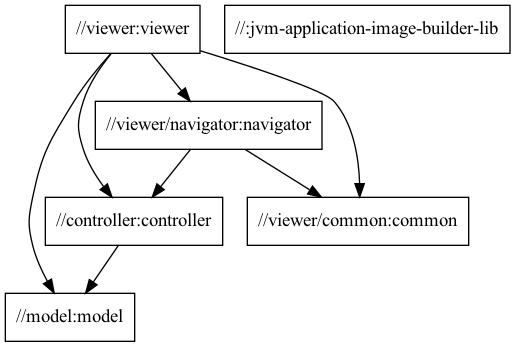
Earlier version of the Graphviz export docs/package-structure.png (typedb/typedb-studio). Its source is kept beside it as docs/package-structure.dot.
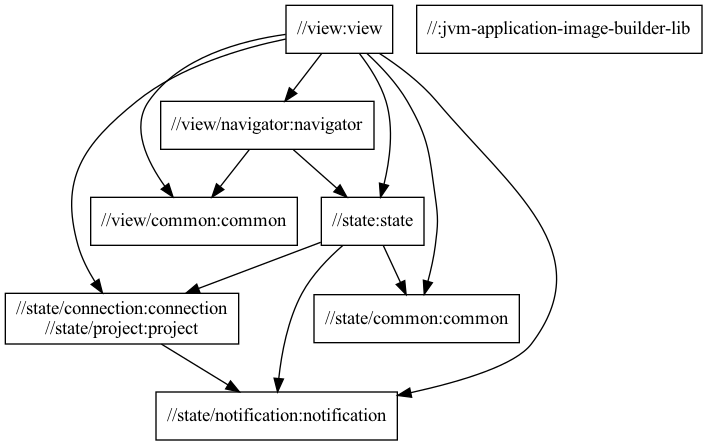
Later version of the same file.

What changed in the source:
```diff
@@ -1,16 +1,23 @@
 digraph mygraph {
   node [shape=box];
-  "//viewer:viewer"
-  "//viewer:viewer" -> "//controller:controller"
-  "//viewer:viewer" -> "//model:model"
-  "//viewer:viewer" -> "//viewer/navigator:navigator"
-  "//viewer:viewer" -> "//viewer/common:common"
-  "//viewer/navigator:navigator"
-  "//viewer/navigator:navigator" -> "//controller:controller"
-  "//viewer/navigator:navigator" -> "//viewer/common:common"
-  "//controller:controller"
-  "//controller:controller" -> "//model:model"
-  "//model:model"
+  "//view:view"
+  "//view:view" -> "//view/common:common"
+  "//view:view" -> "//state/connection:connection\n//state/project:project"
+  "//view:view" -> "//view/navigator:navigator"
+  "//view:view" -> "//state:state"
+  "//view:view" -> "//state/common:common"
+  "//view:view" -> "//state/notification:notification"
+  "//view/navigator:navigator"
+  "//view/navigator:navigator" -> "//state:state"
+  "//view/navigator:navigator" -> "//view/common:common"
+  "//view/common:common"
+  "//state:state"
+  "//state:state" -> "//state/common:common"
+  "//state:state" -> "//state/connection:connection\n//state/project:project"
+  "//state:state" -> "//state/notification:notification"
+  "//state/connection:connection\n//state/project:project"
+  "//state/connection:connection\n//state/project:project" -> "//state/notification:notification"
+  "//state/notification:notification"
+  "//state/common:common"
   "//:jvm-application-image-builder-lib"
-  "//viewer/common:common"
 }
```
